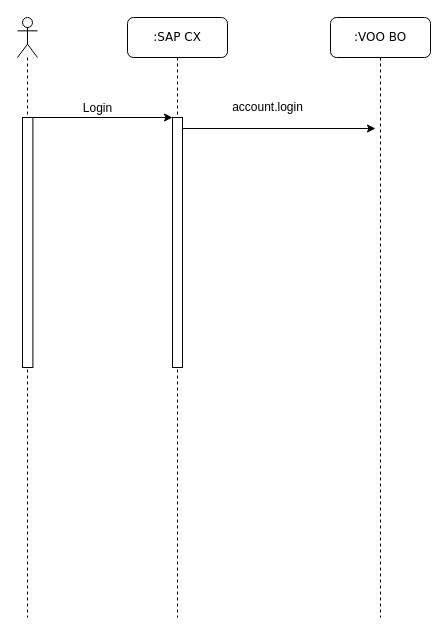
This is page "subscriptions" (4 of 4) of SeqDiagram-CX-VOO-CDC.drawio from MudBloodArchitekt/draw.io, a draw.io file, before an edit. Source tidied: cells renumbered, new cells numbered last; positions are measured from the earlier drawing's top-left corner, leaving out a move shared by most shapes. Both pictures are drawn from the tidied source at 100%, with x=0, y=0 at pixel (17, 17).
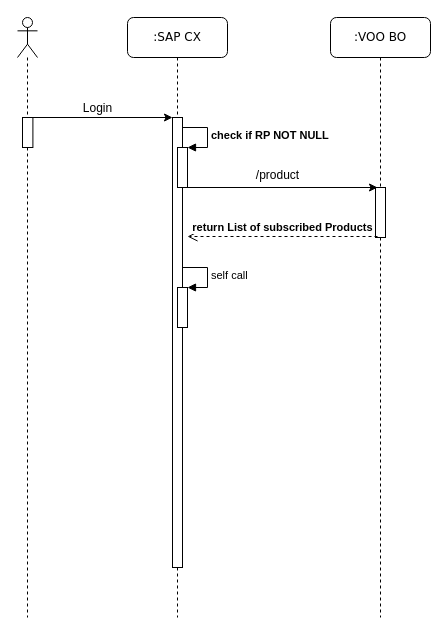
Above is the later version.

Unchanged cells that the change refers to:
```xml
<mxCell id="2" value=":SAP CX" style="shape=umlLifeline;perimeter=lifelinePerimeter;whiteSpace=wrap;html=1;rounded=1;shadow=0;comic=0;labelBackgroundColor=none;strokeWidth=1;fontFamily=Verdana;fontSize=12;align=center;" parent="1" vertex="1">
  <mxGeometry x="110" width="100" height="600" as="geometry" />
</mxCell>
<mxCell id="4" value=":VOO BO" style="shape=umlLifeline;perimeter=lifelinePerimeter;whiteSpace=wrap;html=1;rounded=1;shadow=0;comic=0;labelBackgroundColor=none;strokeWidth=1;fontFamily=Verdana;fontSize=12;align=center;" parent="1" vertex="1">
  <mxGeometry x="313" width="100" height="600" as="geometry" />
</mxCell>
<mxCell id="5" style="shape=umlLifeline;participant=umlActor;perimeter=lifelinePerimeter;whiteSpace=wrap;html=1;verticalAlign=top;spacingTop=36;" parent="1" vertex="1">
  <mxGeometry width="20" height="600" as="geometry" />
</mxCell>
```

Change to the diagram source:
```diff
@@
     <mxCell id="3" style="html=1;perimeter=orthogonalPerimeter;" parent="2" vertex="1">
-      <mxGeometry x="45" y="100" width="10" height="250" as="geometry" />
+      <mxGeometry x="45" y="100" width="10" height="450" as="geometry" />
     </mxCell>
@@
+    <mxCell id="11" style="html=1;perimeter=orthogonalPerimeter;" parent="4" vertex="1">
+      <mxGeometry x="45" y="170" width="10" height="50" as="geometry" />
+    </mxCell>
@@
     <mxCell id="6" style="html=1;perimeter=orthogonalPerimeter;" parent="5" vertex="1">
-      <mxGeometry x="5" y="100" width="10.4" height="250" as="geometry" />
+      <mxGeometry x="5" y="100" width="10.4" height="30" as="geometry" />
     </mxCell>
@@
-    <mxCell id="8" style="edgeStyle=orthogonalEdgeStyle;rounded=0;orthogonalLoop=1;jettySize=auto;html=1;entryX=0;entryY=0.5;entryDx=0;entryDy=0;entryPerimeter=0;" parent="1" edge="1">
+    <mxCell id="8" style="edgeStyle=orthogonalEdgeStyle;rounded=0;orthogonalLoop=1;jettySize=auto;html=1;" parent="1" edge="1">
       <mxGeometry relative="1" as="geometry">
-        <mxPoint x="165" y="111" as="sourcePoint" />
-        <mxPoint x="358" y="111" as="targetPoint" />
+        <mxPoint x="165" y="170" as="sourcePoint" />
+        <mxPoint x="360" y="170" as="targetPoint" />
       </mxGeometry>
     </mxCell>
@@
-    <mxCell id="10" value="account.login" style="text;html=1;align=center;verticalAlign=middle;" parent="1" vertex="1">
-      <mxGeometry x="205" y="80" width="90" height="20" as="geometry" />
+    <mxCell id="10" value="/product" style="text;html=1;align=center;verticalAlign=middle;" parent="1" vertex="1">
+      <mxGeometry x="230" y="148" width="60" height="20" as="geometry" />
     </mxCell>
+    <mxCell id="12" value="&lt;b&gt;return List of subscribed Products&lt;/b&gt;" style="html=1;verticalAlign=bottom;endArrow=open;dashed=1;endSize=8;" parent="1" edge="1">
+      <mxGeometry relative="1" as="geometry">
+        <mxPoint x="360" y="219" as="sourcePoint" />
+        <mxPoint x="170" y="219" as="targetPoint" />
+      </mxGeometry>
+    </mxCell>
+    <mxCell id="13" style="html=1;points=[];perimeter=orthogonalPerimeter;" parent="1" vertex="1">
+      <mxGeometry x="160" y="130" width="10" height="40" as="geometry" />
+    </mxCell>
+    <mxCell id="14" value="&lt;b&gt;check if RP NOT NULL&lt;/b&gt;" style="edgeStyle=orthogonalEdgeStyle;html=1;align=left;spacingLeft=2;endArrow=block;rounded=0;entryX=1;entryY=0;" parent="1" edge="1" target="13">
+      <mxGeometry relative="1" as="geometry">
+        <mxPoint x="165" y="110" as="sourcePoint" />
+        <Array as="points">
+          <mxPoint x="190" y="110" />
+        </Array>
+      </mxGeometry>
+    </mxCell>
+    <mxCell id="15" style="html=1;points=[];perimeter=orthogonalPerimeter;" parent="1" vertex="1">
+      <mxGeometry x="160" y="270" width="10" height="40" as="geometry" />
+    </mxCell>
+    <mxCell id="16" value="self call" style="edgeStyle=orthogonalEdgeStyle;html=1;align=left;spacingLeft=2;endArrow=block;rounded=0;entryX=1;entryY=0;" parent="1" edge="1" target="15">
+      <mxGeometry relative="1" as="geometry">
+        <mxPoint x="165" y="250" as="sourcePoint" />
+        <Array as="points">
+          <mxPoint x="190" y="250" />
+        </Array>
+      </mxGeometry>
+    </mxCell>
```
